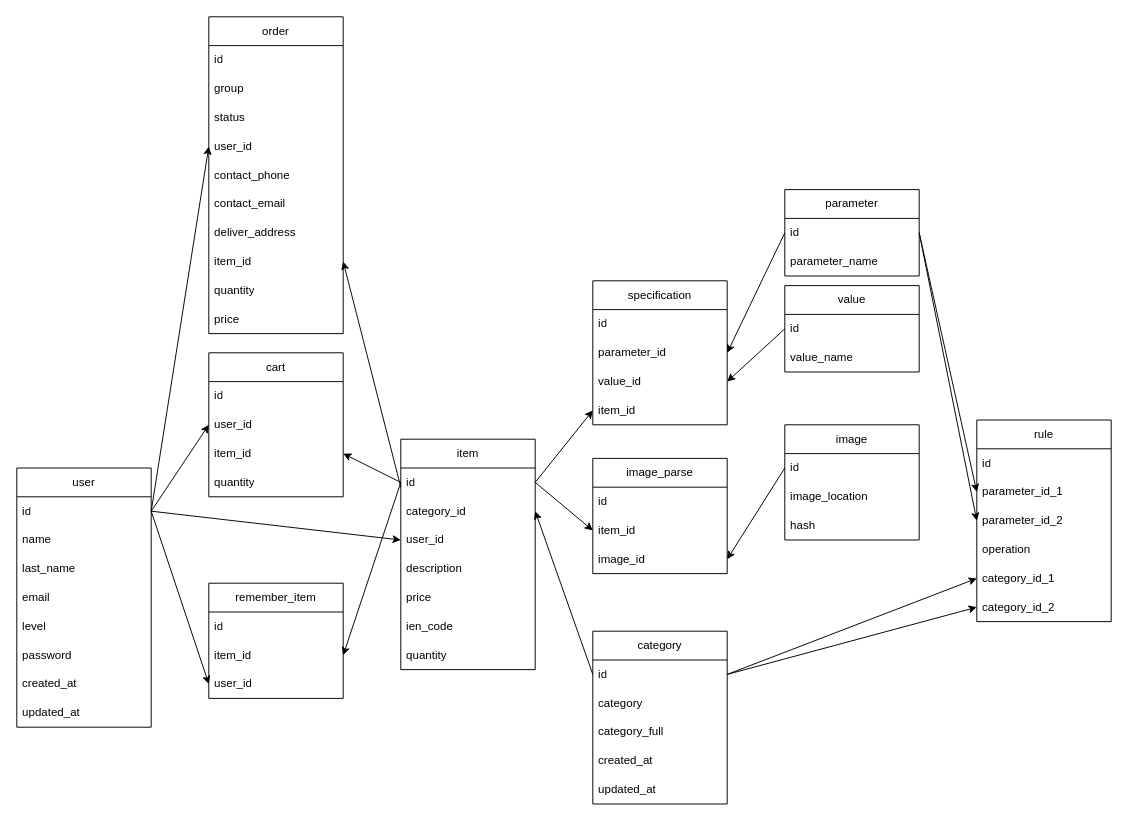
This is drawio/db.drawio from AugustasPauzas/BD1, a draw.io file, before an edit. Source tidied: cells renumbered, new cells numbered last; positions are measured from the earlier drawing's top-left corner, leaving out a move shared by most shapes. Both pictures are drawn from the tidied source at 96%, with x=0, y=0 at pixel (16, 16).
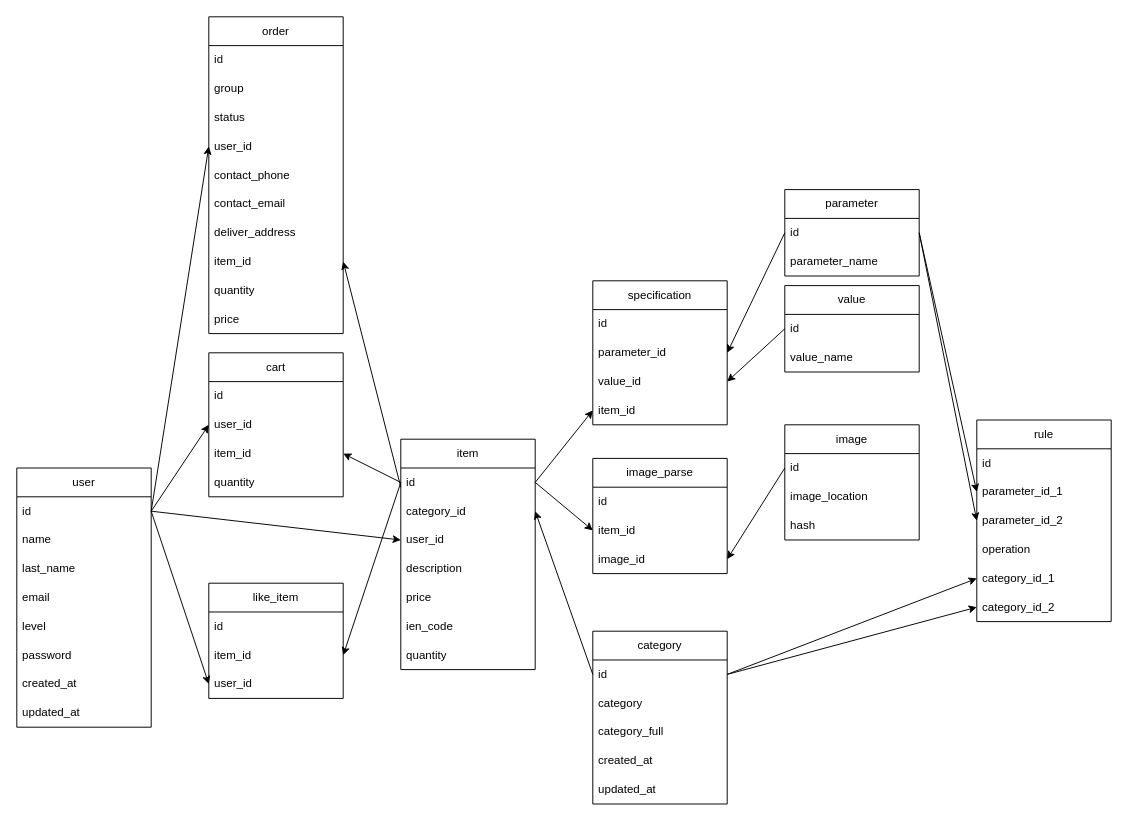
After the change.

Change to the diagram source:
```diff
@@
-    <mxCell id="47" value="remember_item" style="swimlane;fontStyle=0;horizontal=1;startSize=30;whiteSpace=wrap;html=1;" parent="1" vertex="1">
+    <mxCell id="47" value="like_item" style="swimlane;fontStyle=0;horizontal=1;startSize=30;whiteSpace=wrap;html=1;" parent="1" vertex="1">
       <mxGeometry x="200" y="590" width="140" height="120" as="geometry" />
     </mxCell>
```
